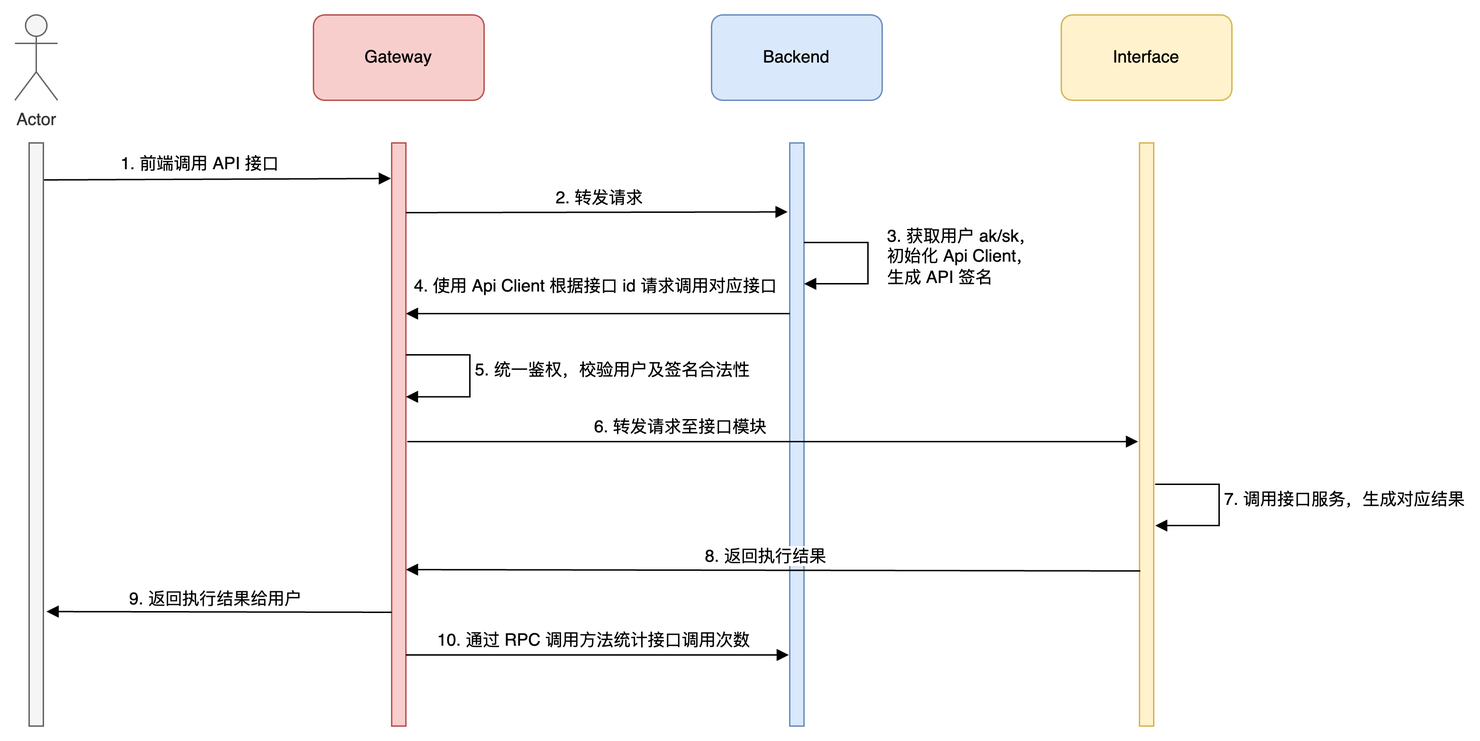
Earlier version of the draw.io export doc/image/api_flow.png (YGYin/api-hub-backend). Source tidied: cells renumbered, new cells last; positions are measured from the earlier drawing's top-left corner, leaving out a move shared by most shapes.
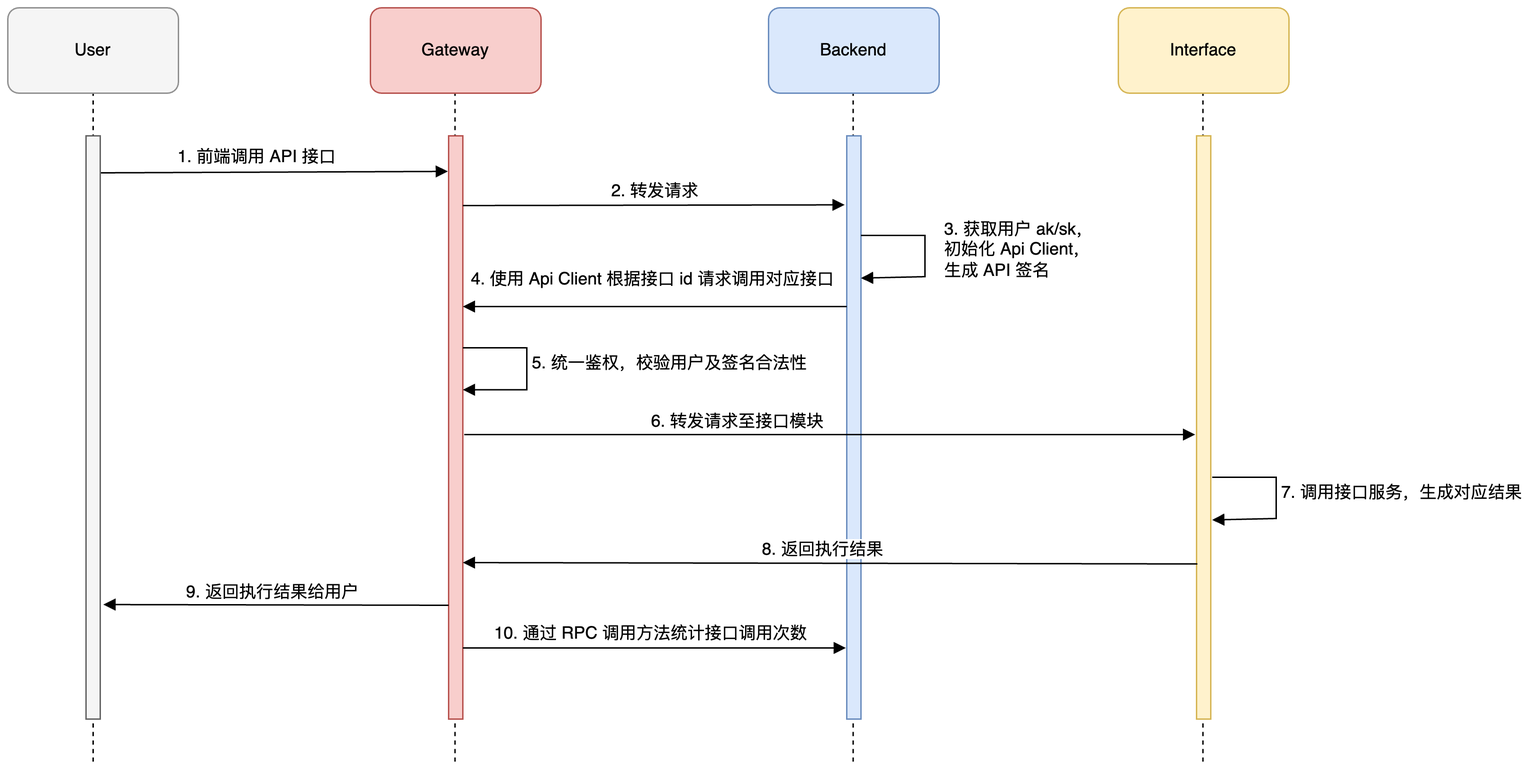
After the commit.

Diff of the diagram source:
```diff
@@ -2,9 +2,29 @@
   <root>
     <mxCell id="0" />
     <mxCell id="1" parent="0" />
-    <mxCell id="2" value="Actor" style="shape=umlActor;verticalLabelPosition=bottom;verticalAlign=top;html=1;fillColor=#f5f5f5;fontColor=#333333;strokeColor=#666666;" parent="1" vertex="1">
-      <mxGeometry width="30" height="60" as="geometry" />
-    </mxCell>
+    <mxCell id="24" style="endArrow=none;dashed=1;html=1;rounded=0;entryX=0.5;entryY=1;entryDx=0;entryDy=0;" parent="1" edge="1">
+      <mxGeometry relative="1" as="geometry">
+        <mxPoint x="795.5" y="530" as="sourcePoint" />
+        <mxPoint x="795.5" y="60" as="targetPoint" />
+      </mxGeometry>
+    </mxCell>
+    <mxCell id="25" style="endArrow=none;dashed=1;html=1;rounded=0;entryX=0.5;entryY=1;entryDx=0;entryDy=0;" parent="1" edge="1">
+      <mxGeometry relative="1" as="geometry">
+        <mxPoint x="549.5" y="530" as="sourcePoint" />
+        <mxPoint x="549.5" y="60" as="targetPoint" />
+      </mxGeometry>
+    </mxCell>
+    <mxCell id="26" style="endArrow=none;dashed=1;html=1;rounded=0;entryX=0.5;entryY=1;entryDx=0;entryDy=0;" parent="1" edge="1">
+      <mxGeometry relative="1" as="geometry">
+        <mxPoint x="269.5" y="530" as="sourcePoint" />
+        <mxPoint x="269.5" y="60" as="targetPoint" />
+      </mxGeometry>
+    </mxCell>
+    <mxCell id="27" style="endArrow=none;dashed=1;html=1;rounded=0;entryX=0.5;entryY=1;entryDx=0;entryDy=0;" parent="1" edge="1" target="28">
+      <mxGeometry relative="1" as="geometry">
+        <mxPoint x="15" y="530" as="sourcePoint" />
+      </mxGeometry>
+    </mxCell>
     <mxCell id="3" style="rounded=0;whiteSpace=wrap;html=1;fillColor=#f5f5f5;fontColor=#333333;strokeColor=#666666;" parent="1" vertex="1">
       <mxGeometry x="10" y="90" width="10" height="410" as="geometry" />
     </mxCell>
@@ -116,5 +136,8 @@
         <mxPoint x="-4" y="-9" as="offset" />
       </mxGeometry>
     </mxCell>
+    <mxCell id="28" value="User" style="rounded=1;whiteSpace=wrap;html=1;arcSize=13;fillColor=#f5f5f5;strokeColor=#919191;" parent="1" vertex="1">
+      <mxGeometry x="-45" width="120" height="60" as="geometry" />
+    </mxCell>
   </root>
 </mxGraphModel>
```
